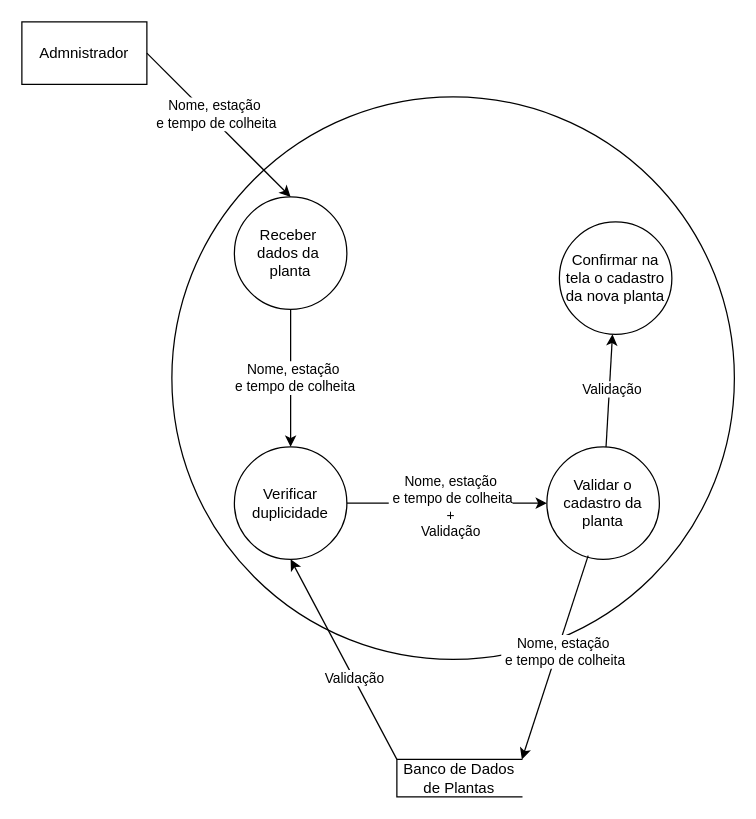
Earlier version of the draw.io diagram page "Cadastra tipo de planta" (4 of 5) of documentacao/Diagramas/Ações do Administrador.drawio (Nebul0Ok/SeuPaulo). Source tidied: cells renumbered, new cells numbered last; positions are measured from the earlier drawing's top-left corner, leaving out a move shared by most shapes. Both pictures are drawn from the tidied source at 125%, with x=0, y=0 at pixel (21, 21).
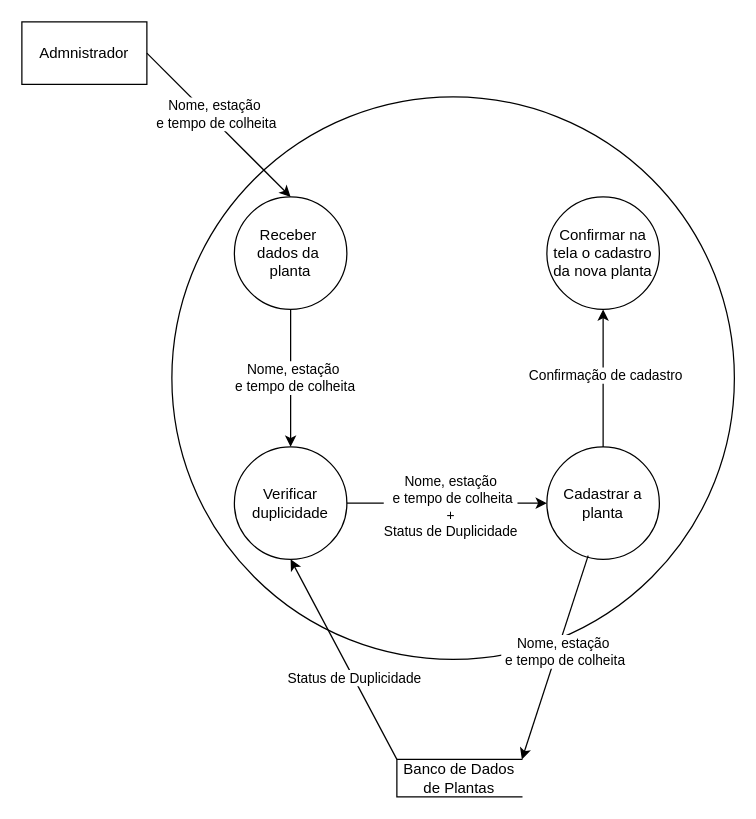
The same diagram, later.

The change refers to these unchanged cells:
```xml
<mxCell id="10" style="edgeStyle=none;rounded=0;jettySize=auto;html=1;" parent="1" edge="1" source="12" target="21">
  <mxGeometry relative="1" as="geometry" />
</mxCell>
<mxCell id="13" style="endArrow=classic;html=1;rounded=0;exitX=1;exitY=0.5;exitDx=0;exitDy=0;entryX=0;entryY=0.5;entryDx=0;entryDy=0;" parent="1" edge="1" source="7" target="12">
  <mxGeometry relative="1" as="geometry" />
</mxCell>
<mxCell id="16" style="edgeStyle=none;rounded=0;jettySize=auto;html=1;entryX=0.5;entryY=1;entryDx=0;entryDy=0;exitX=0;exitY=0;exitDx=0;exitDy=0;" parent="1" edge="1" source="18" target="7">
  <mxGeometry relative="1" as="geometry" />
</mxCell>
```

Change to the diagram source:
```diff
@@
-    <mxCell id="11" value="Validação" style="edgeLabel;html=1;align=center;verticalAlign=middle;" parent="10" vertex="1">
+    <mxCell id="11" value="Confirmação de cadastro" style="edgeLabel;html=1;align=center;verticalAlign=middle;" parent="10" vertex="1">
       <mxGeometry x="0.05" y="-1" relative="1" as="geometry" />
     </mxCell>
-    <mxCell id="12" value="&lt;div&gt;Validar o cadastro da planta&lt;/div&gt;" style="shape=ellipse;html=1;dashed=0;whiteSpace=wrap;perimeter=ellipsePerimeter;" parent="1" vertex="1">
+    <mxCell id="12" value="&lt;div&gt;Cadastrar a planta&lt;/div&gt;" style="shape=ellipse;html=1;dashed=0;whiteSpace=wrap;perimeter=ellipsePerimeter;" parent="1" vertex="1">
       <mxGeometry x="420" y="340" width="90" height="90" as="geometry" />
     </mxCell>
@@
-    <mxCell id="14" value="Nome, estação&lt;div&gt;&amp;nbsp;e tempo de colheita&lt;/div&gt;&lt;div&gt;+&lt;br&gt;Validação&lt;/div&gt;" style="edgeLabel;html=1;align=center;verticalAlign=middle;" parent="13" vertex="1">
+    <mxCell id="14" value="Nome, estação&lt;div&gt;&amp;nbsp;e tempo de colheita&lt;/div&gt;&lt;div&gt;+&lt;br&gt;Status de Duplicidade&lt;/div&gt;" style="edgeLabel;html=1;align=center;verticalAlign=middle;" parent="13" vertex="1">
       <mxGeometry x="0.02" y="-2" relative="1" as="geometry" />
     </mxCell>
@@
-    <mxCell id="17" value="Validação" style="edgeLabel;html=1;align=center;verticalAlign=middle;" parent="16" vertex="1">
+    <mxCell id="17" value="Status de Duplicidade" style="edgeLabel;html=1;align=center;verticalAlign=middle;" parent="16" vertex="1">
       <mxGeometry x="-0.18" relative="1" as="geometry" />
     </mxCell>
@@
     <mxCell id="21" value="&lt;div&gt;Confirmar na tela o cadastro da nova planta&lt;/div&gt;" style="shape=ellipse;html=1;dashed=0;whiteSpace=wrap;perimeter=ellipsePerimeter;" parent="1" vertex="1">
-      <mxGeometry x="430" y="160" width="90" height="90" as="geometry" />
+      <mxGeometry x="420" y="140" width="90" height="90" as="geometry" />
     </mxCell>
```
